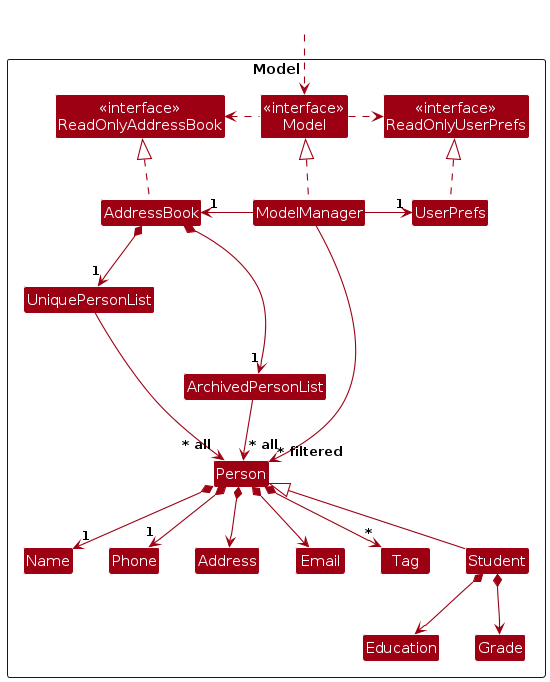
The PlantUML diagram diagrams/ModelClassDiagram.png in AY2425-CS2103T-T09-4/tp, before a commit. Its source is kept beside it as diagrams/ModelClassDiagram.puml.
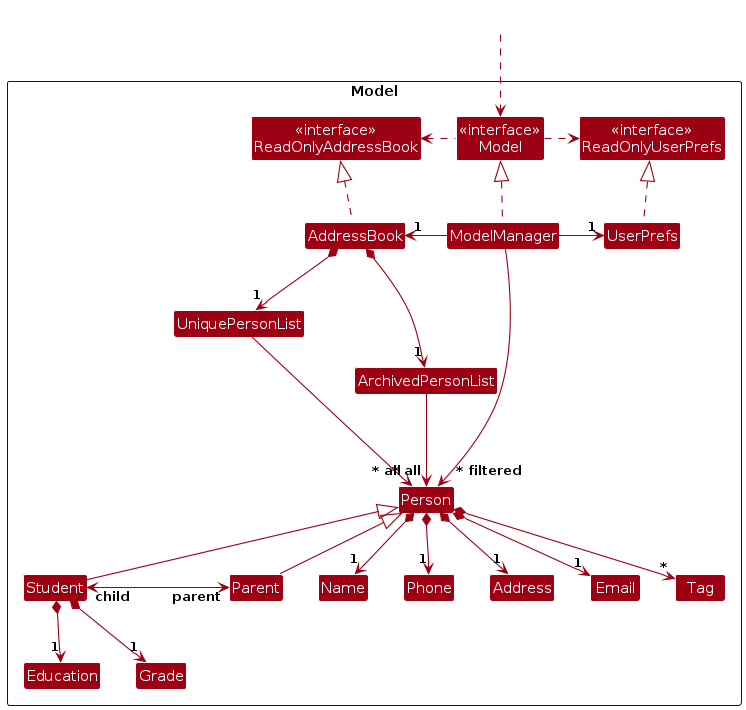
The same file after the commit.

What changed in the source:
```diff
@@ -23,6 +23,7 @@
 Class Student extends Person
 Class Education
 Class Grade
+Class Parent extends Person
 
 Class I #FFFFFF
 }
@@ -45,11 +46,13 @@
 UniquePersonList --> "~* all" Person
 Person *--> "1" Name
 Person *--> "1" Phone
-Person *--> Email
-Person *--> Address
+Person *--> "1" Email
+Person *--> "1" Address
 Person *--> "*" Tag
-Student *--> Education
-Student *--> Grade
+
+Student *--> "1" Grade
+Student *--> "1" Education
+Student "child" <-right-> "parent"Parent:"                     "
 
 Person -[hidden]up--> I
 UniquePersonList -[hidden]right-> I
```
